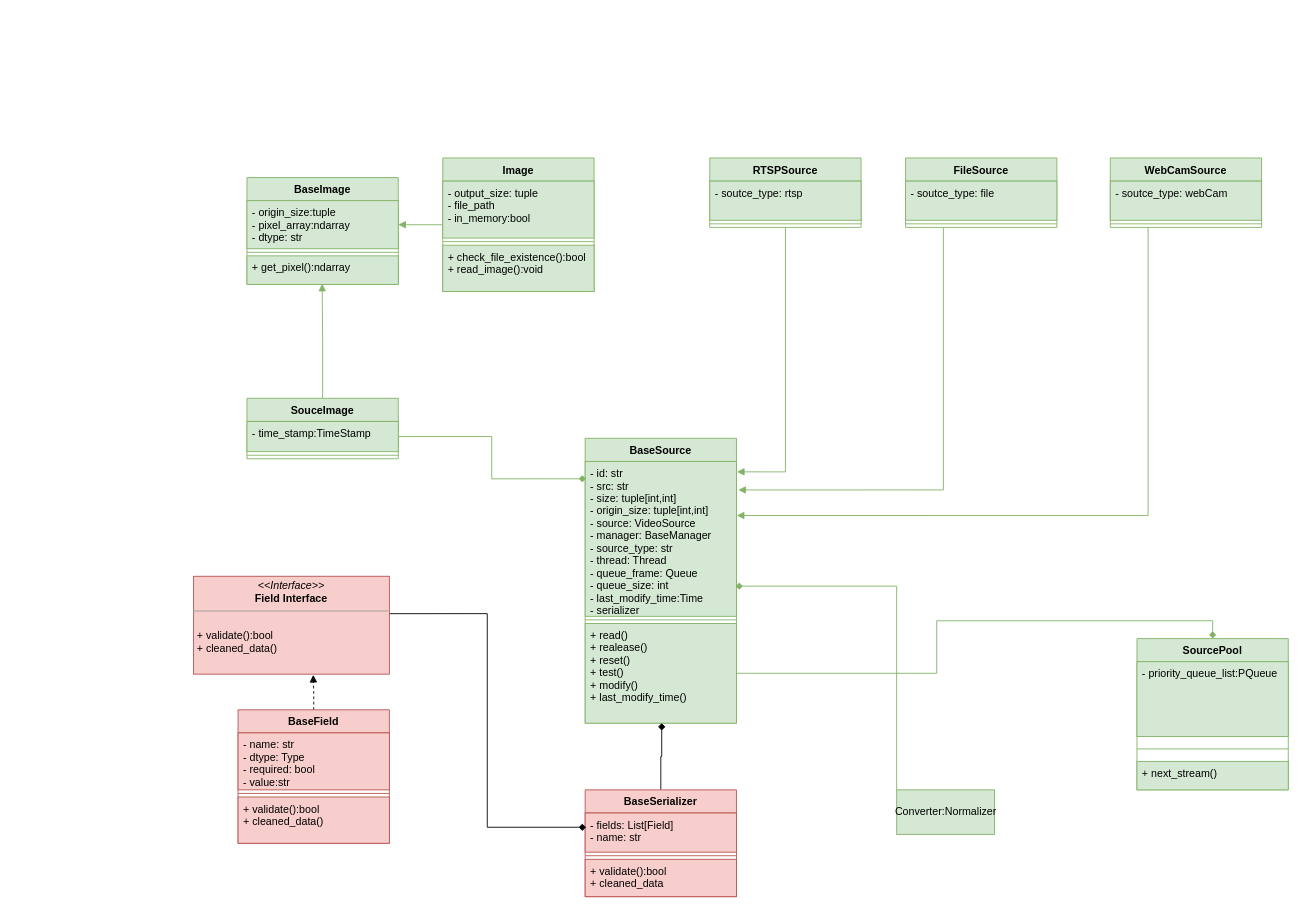
armin-azh/siamese keeps this draw.io diagram as page "Source Class Diagram" (2 of 3) of doc/diagram/face recognition.drawio. Above is the earlier version. Source tidied: cells renumbered, new cells numbered last; positions are measured from the earlier drawing's top-left corner, leaving out a move shared by most shapes. Both pictures are drawn from the tidied source at 89%, with x=0, y=0 at pixel (193, 158).
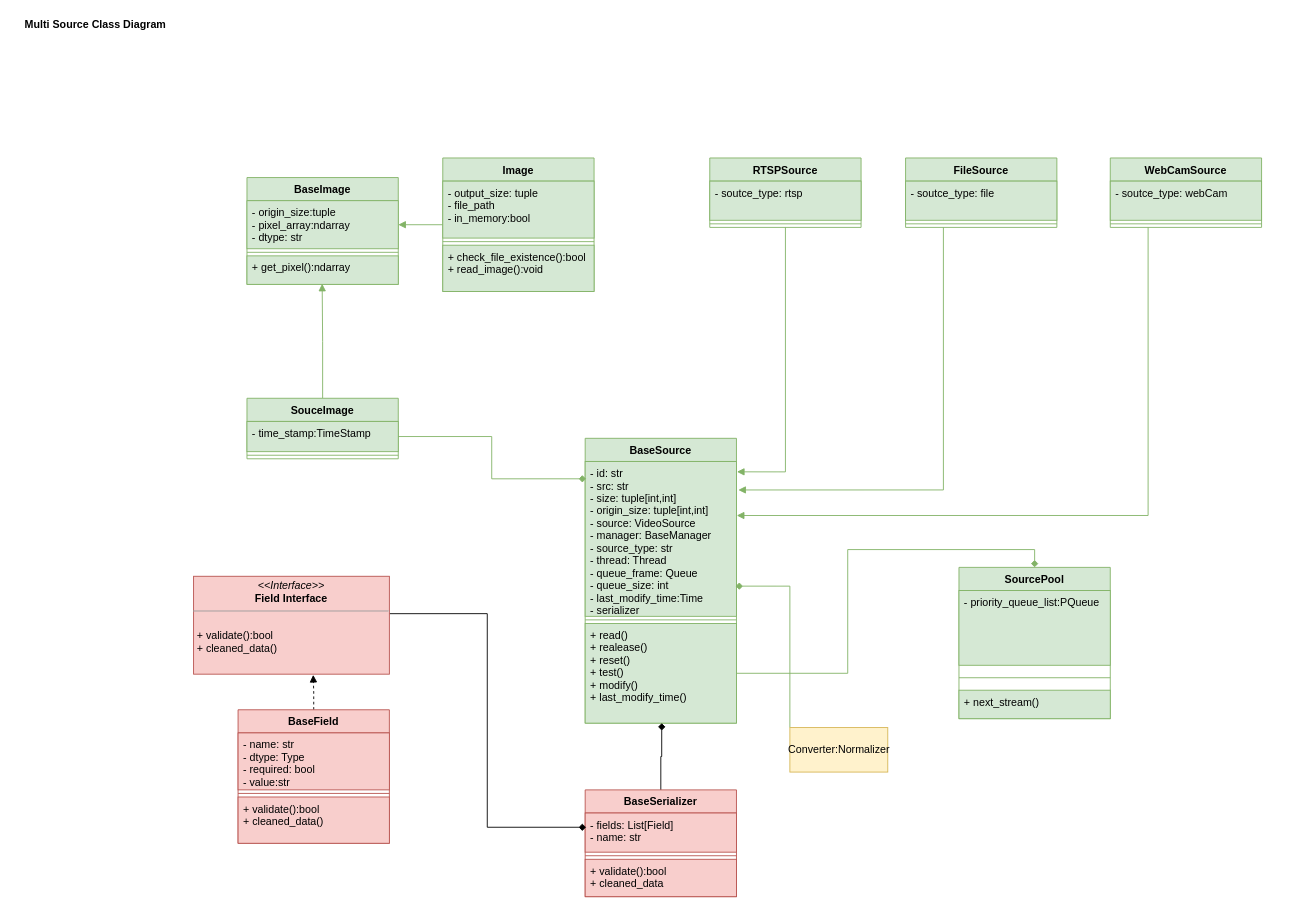
After the change.

Commit message:
draw Basic Service class diagram on the draw.io

Diff of the diagram source:
```diff
@@
     <mxCell id="6" value="SourcePool" style="swimlane;fontStyle=1;align=center;verticalAlign=top;horizontal=1;startSize=26;fillColor=#d5e8d4;strokeColor=#82b366;" parent="1" vertex="1">
-      <mxGeometry x="1060" y="540" width="170" height="170" as="geometry" />
+      <mxGeometry x="860" y="460" width="170" height="170" as="geometry" />
     </mxCell>
@@
-    <mxCell id="50" value="Converter:Normalizer" style="html=1;fillColor=#d5e8d4;strokeColor=#82b366;" parent="1" vertex="1">
-      <mxGeometry x="790" y="710" width="110" height="50" as="geometry" />
+    <mxCell id="50" value="Converter:Normalizer" style="html=1;fillColor=#fff2cc;strokeColor=#d6b656;" parent="1" vertex="1">
+      <mxGeometry x="670" y="640" width="110" height="50" as="geometry" />
     </mxCell>
+    <mxCell id="51" value="&lt;b&gt;Multi Source Class Diagram&lt;/b&gt;" style="text;html=1;strokeColor=none;fillColor=none;align=center;verticalAlign=middle;whiteSpace=wrap;rounded=0;" parent="1" vertex="1">
+      <mxGeometry x="-200" y="-160" width="180" height="20" as="geometry" />
+    </mxCell>
```
